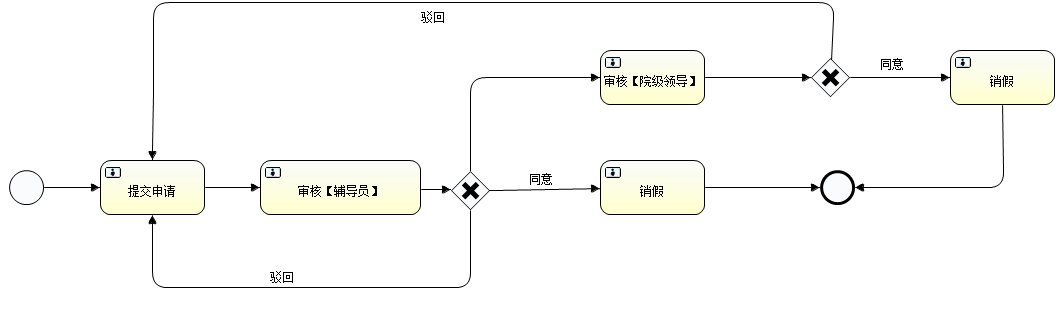
This is jeecg/src/main/resources/deployments/leave_2.png from cardinals/jeecg_new-1, a BPMN export, as it was before one commit. Its source is kept beside it as jeecg/src/main/resources/deployments/leave_2.bpmn. Ids are renumbered.
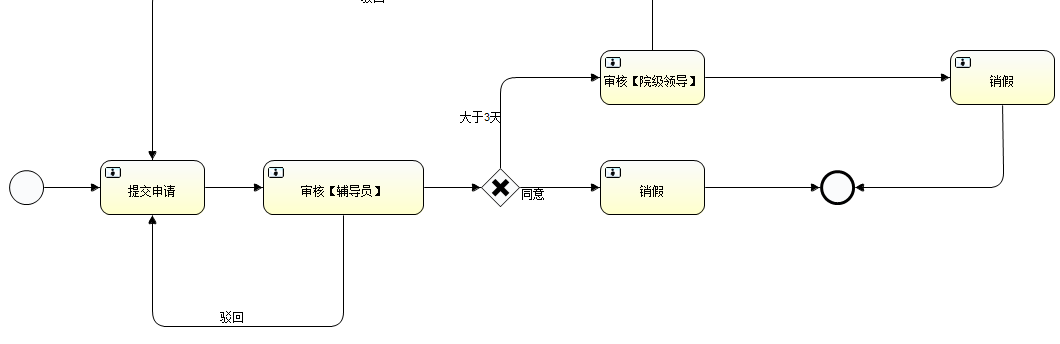
The same diagram one commit later.

Change to the diagram source:
```diff
@@ -2,24 +2,22 @@
   <process id="leave_2" name="请假流程2" isExecutable="true">
     <startEvent id="startevent1" name="Start" activiti:initiator="applyUserId"></startEvent>
     <userTask id="usertask13" name="审核【辅导员】" activiti:assignee="${fmsLdapServiceImple.findInstructByUserId(applyUserId)}"></userTask>
-    <exclusiveGateway id="exclusivegateway4" name="Exclusive Gateway"></exclusiveGateway>
-    <sequenceFlow id="flow32" sourceRef="usertask13" targetRef="exclusivegateway4"></sequenceFlow>
     <userTask id="usertask14" name="审核【院级领导】" activiti:assignee="${fmsLdapServiceImple.findInstitudeById(applyUserId)}"></userTask>
     <userTask id="usertask15" name="销假" activiti:assignee="${fmsLdapServiceImple.findInstructByUserId(applyUserId)}"></userTask>
-    <sequenceFlow id="flow33" sourceRef="exclusivegateway4" targetRef="usertask14" skipExpression="${flag&gt;3 &amp;&amp; flag&lt;=7}"></sequenceFlow>
-    <sequenceFlow id="flow34" name="同意" sourceRef="exclusivegateway4" targetRef="usertask15" skipExpression="${flag&gt;0 &amp;&amp; flag&lt;=3}"></sequenceFlow>
     <endEvent id="endevent1" name="End"></endEvent>
     <sequenceFlow id="flow35" sourceRef="usertask15" targetRef="endevent1"></sequenceFlow>
-    <exclusiveGateway id="exclusivegateway5" name="Exclusive Gateway"></exclusiveGateway>
-    <sequenceFlow id="flow37" sourceRef="usertask14" targetRef="exclusivegateway5"></sequenceFlow>
     <userTask id="usertask16" name="销假" activiti:assignee="${fmsLdapServiceImple.findInstitudeById(applyUserId)}"></userTask>
-    <sequenceFlow id="flow38" name="同意" sourceRef="exclusivegateway5" targetRef="usertask16" skipExpression="${flag==1}"></sequenceFlow>
     <sequenceFlow id="flow40" sourceRef="usertask16" targetRef="endevent1"></sequenceFlow>
     <userTask id="usertask17" name="提交申请" activiti:assignee="${applyUserId}"></userTask>
     <sequenceFlow id="flow41" sourceRef="startevent1" targetRef="usertask17"></sequenceFlow>
     <sequenceFlow id="flow42" sourceRef="usertask17" targetRef="usertask13"></sequenceFlow>
-    <sequenceFlow id="flow43" name="驳回" sourceRef="exclusivegateway5" targetRef="usertask17" skipExpression="${flag==0}"></sequenceFlow>
-    <sequenceFlow id="flow44" name="驳回" sourceRef="exclusivegateway4" targetRef="usertask17" skipExpression="${flag==0}"></sequenceFlow>
+    <exclusiveGateway id="exclusivegateway6" name="Exclusive Gateway"></exclusiveGateway>
+    <sequenceFlow id="flow44" sourceRef="usertask13" targetRef="exclusivegateway6"></sequenceFlow>
+    <sequenceFlow id="flow45" name="同意" sourceRef="exclusivegateway6" targetRef="usertask15" skipExpression="${flag==3}"></sequenceFlow>
+    <sequenceFlow id="flow46" name="大于3天" sourceRef="exclusivegateway6" targetRef="usertask14" skipExpression="${flag&gt;3}"></sequenceFlow>
+    <sequenceFlow id="flow47" name="驳回" sourceRef="usertask13" targetRef="usertask17"></sequenceFlow>
+    <sequenceFlow id="flow48" sourceRef="usertask14" targetRef="usertask16"></sequenceFlow>
+    <sequenceFlow id="flow49" name="驳回" sourceRef="usertask14" targetRef="usertask17"></sequenceFlow>
   </process>
   <bpmndi:BPMNDiagram id="BPMNDiagram_leave_2">
     <bpmndi:BPMNPlane bpmnElement="leave_2" id="BPMNPlane_leave_2">
@@ -27,10 +25,7 @@
         <omgdc:Bounds height="35.0" width="35.0" x="9.0" y="170.0"></omgdc:Bounds>
       </bpmndi:BPMNShape>
       <bpmndi:BPMNShape bpmnElement="usertask13" id="BPMNShape_usertask13">
-        <omgdc:Bounds height="55.0" width="161.0" x="260.0" y="160.0"></omgdc:Bounds>
-      </bpmndi:BPMNShape>
-      <bpmndi:BPMNShape bpmnElement="exclusivegateway4" id="BPMNShape_exclusivegateway4">
-        <omgdc:Bounds height="40.0" width="40.0" x="450.0" y="170.0"></omgdc:Bounds>
+        <omgdc:Bounds height="55.0" width="161.0" x="263.0" y="160.0"></omgdc:Bounds>
       </bpmndi:BPMNShape>
       <bpmndi:BPMNShape bpmnElement="usertask14" id="BPMNShape_usertask14">
         <omgdc:Bounds height="55.0" width="105.0" x="600.0" y="50.0"></omgdc:Bounds>
@@ -41,45 +36,18 @@
       <bpmndi:BPMNShape bpmnElement="endevent1" id="BPMNShape_endevent1">
         <omgdc:Bounds height="35.0" width="35.0" x="820.0" y="170.0"></omgdc:Bounds>
       </bpmndi:BPMNShape>
-      <bpmndi:BPMNShape bpmnElement="exclusivegateway5" id="BPMNShape_exclusivegateway5">
-        <omgdc:Bounds height="40.0" width="40.0" x="810.0" y="57.0"></omgdc:Bounds>
-      </bpmndi:BPMNShape>
       <bpmndi:BPMNShape bpmnElement="usertask16" id="BPMNShape_usertask16">
         <omgdc:Bounds height="55.0" width="105.0" x="950.0" y="50.0"></omgdc:Bounds>
       </bpmndi:BPMNShape>
       <bpmndi:BPMNShape bpmnElement="usertask17" id="BPMNShape_usertask17">
         <omgdc:Bounds height="55.0" width="105.0" x="100.0" y="160.0"></omgdc:Bounds>
       </bpmndi:BPMNShape>
-      <bpmndi:BPMNEdge bpmnElement="flow32" id="BPMNEdge_flow32">
-        <omgdi:waypoint x="421.0" y="187.0"></omgdi:waypoint>
-        <omgdi:waypoint x="450.0" y="190.0"></omgdi:waypoint>
-      </bpmndi:BPMNEdge>
-      <bpmndi:BPMNEdge bpmnElement="flow33" id="BPMNEdge_flow33">
-        <omgdi:waypoint x="470.0" y="170.0"></omgdi:waypoint>
-        <omgdi:waypoint x="470.0" y="77.0"></omgdi:waypoint>
-        <omgdi:waypoint x="600.0" y="77.0"></omgdi:waypoint>
-      </bpmndi:BPMNEdge>
-      <bpmndi:BPMNEdge bpmnElement="flow34" id="BPMNEdge_flow34">
-        <omgdi:waypoint x="490.0" y="190.0"></omgdi:waypoint>
-        <omgdi:waypoint x="600.0" y="187.0"></omgdi:waypoint>
-        <bpmndi:BPMNLabel>
-          <omgdc:Bounds height="14.0" width="24.0" x="529.0" y="173.0"></omgdc:Bounds>
-        </bpmndi:BPMNLabel>
-      </bpmndi:BPMNEdge>
+      <bpmndi:BPMNShape bpmnElement="exclusivegateway6" id="BPMNShape_exclusivegateway6">
+        <omgdc:Bounds height="40.0" width="40.0" x="480.0" y="167.0"></omgdc:Bounds>
+      </bpmndi:BPMNShape>
       <bpmndi:BPMNEdge bpmnElement="flow35" id="BPMNEdge_flow35">
         <omgdi:waypoint x="705.0" y="187.0"></omgdi:waypoint>
         <omgdi:waypoint x="820.0" y="187.0"></omgdi:waypoint>
-      </bpmndi:BPMNEdge>
-      <bpmndi:BPMNEdge bpmnElement="flow37" id="BPMNEdge_flow37">
-        <omgdi:waypoint x="705.0" y="77.0"></omgdi:waypoint>
-        <omgdi:waypoint x="810.0" y="77.0"></omgdi:waypoint>
-      </bpmndi:BPMNEdge>
-      <bpmndi:BPMNEdge bpmnElement="flow38" id="BPMNEdge_flow38">
-        <omgdi:waypoint x="850.0" y="77.0"></omgdi:waypoint>
-        <omgdi:waypoint x="950.0" y="77.0"></omgdi:waypoint>
-        <bpmndi:BPMNLabel>
-          <omgdc:Bounds height="14.0" width="24.0" x="879.0" y="57.0"></omgdc:Bounds>
-        </bpmndi:BPMNLabel>
       </bpmndi:BPMNEdge>
       <bpmndi:BPMNEdge bpmnElement="flow40" id="BPMNEdge_flow40">
         <omgdi:waypoint x="1002.0" y="105.0"></omgdi:waypoint>
@@ -92,25 +60,48 @@
       </bpmndi:BPMNEdge>
       <bpmndi:BPMNEdge bpmnElement="flow42" id="BPMNEdge_flow42">
         <omgdi:waypoint x="205.0" y="187.0"></omgdi:waypoint>
-        <omgdi:waypoint x="260.0" y="187.0"></omgdi:waypoint>
+        <omgdi:waypoint x="263.0" y="187.0"></omgdi:waypoint>
       </bpmndi:BPMNEdge>
-      <bpmndi:BPMNEdge bpmnElement="flow43" id="BPMNEdge_flow43">
-        <omgdi:waypoint x="830.0" y="57.0"></omgdi:waypoint>
-        <omgdi:waypoint x="834.0" y="2.0"></omgdi:waypoint>
-        <omgdi:waypoint x="153.0" y="2.0"></omgdi:waypoint>
-        <omgdi:waypoint x="153.0" y="76.0"></omgdi:waypoint>
+      <bpmndi:BPMNEdge bpmnElement="flow44" id="BPMNEdge_flow44">
+        <omgdi:waypoint x="424.0" y="187.0"></omgdi:waypoint>
+        <omgdi:waypoint x="480.0" y="187.0"></omgdi:waypoint>
+      </bpmndi:BPMNEdge>
+      <bpmndi:BPMNEdge bpmnElement="flow45" id="BPMNEdge_flow45">
+        <omgdi:waypoint x="520.0" y="187.0"></omgdi:waypoint>
+        <omgdi:waypoint x="600.0" y="187.0"></omgdi:waypoint>
+        <bpmndi:BPMNLabel>
+          <omgdc:Bounds height="14.0" width="24.0" x="520.0" y="187.0"></omgdc:Bounds>
+        </bpmndi:BPMNLabel>
+      </bpmndi:BPMNEdge>
+      <bpmndi:BPMNEdge bpmnElement="flow46" id="BPMNEdge_flow46">
+        <omgdi:waypoint x="500.0" y="167.0"></omgdi:waypoint>
+        <omgdi:waypoint x="500.0" y="77.0"></omgdi:waypoint>
+        <omgdi:waypoint x="600.0" y="77.0"></omgdi:waypoint>
+        <bpmndi:BPMNLabel>
+          <omgdc:Bounds height="14.0" width="42.0" x="460.0" y="111.0"></omgdc:Bounds>
+        </bpmndi:BPMNLabel>
+      </bpmndi:BPMNEdge>
+      <bpmndi:BPMNEdge bpmnElement="flow47" id="BPMNEdge_flow47">
+        <omgdi:waypoint x="343.0" y="215.0"></omgdi:waypoint>
+        <omgdi:waypoint x="343.0" y="326.0"></omgdi:waypoint>
+        <omgdi:waypoint x="152.0" y="326.0"></omgdi:waypoint>
+        <omgdi:waypoint x="152.0" y="215.0"></omgdi:waypoint>
+        <bpmndi:BPMNLabel>
+          <omgdc:Bounds height="14.0" width="100.0" x="220.0" y="309.0"></omgdc:Bounds>
+        </bpmndi:BPMNLabel>
+      </bpmndi:BPMNEdge>
+      <bpmndi:BPMNEdge bpmnElement="flow48" id="BPMNEdge_flow48">
+        <omgdi:waypoint x="705.0" y="77.0"></omgdi:waypoint>
+        <omgdi:waypoint x="950.0" y="77.0"></omgdi:waypoint>
+      </bpmndi:BPMNEdge>
+      <bpmndi:BPMNEdge bpmnElement="flow49" id="BPMNEdge_flow49">
+        <omgdi:waypoint x="652.0" y="50.0"></omgdi:waypoint>
+        <omgdi:waypoint x="652.0" y="-14.0"></omgdi:waypoint>
+        <omgdi:waypoint x="152.0" y="-14.0"></omgdi:waypoint>
+        <omgdi:waypoint x="152.0" y="77.0"></omgdi:waypoint>
         <omgdi:waypoint x="152.0" y="160.0"></omgdi:waypoint>
         <bpmndi:BPMNLabel>
-          <omgdc:Bounds height="14.0" width="24.0" x="420.0" y="11.0"></omgdc:Bounds>
-        </bpmndi:BPMNLabel>
-      </bpmndi:BPMNEdge>
-      <bpmndi:BPMNEdge bpmnElement="flow44" id="BPMNEdge_flow44">
-        <omgdi:waypoint x="470.0" y="210.0"></omgdi:waypoint>
-        <omgdi:waypoint x="470.0" y="287.0"></omgdi:waypoint>
-        <omgdi:waypoint x="152.0" y="287.0"></omgdi:waypoint>
-        <omgdi:waypoint x="152.0" y="215.0"></omgdi:waypoint>
-        <bpmndi:BPMNLabel>
-          <omgdc:Bounds height="14.0" width="24.0" x="270.0" y="269.0"></omgdc:Bounds>
+          <omgdc:Bounds height="14.0" width="100.0" x="361.0" y="-9.0"></omgdc:Bounds>
         </bpmndi:BPMNLabel>
       </bpmndi:BPMNEdge>
     </bpmndi:BPMNPlane>
```
